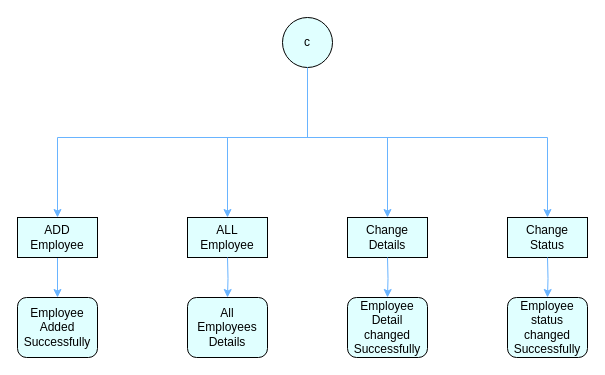
Earlier version of the draw.io diagram page "Page-3" (3 of 5) of src/docs/diagram/flowchart.drawio (kishore-sunchu/PRMS). Source tidied: cells renumbered, new cells numbered last; positions are measured from the earlier drawing's top-left corner, leaving out a move shared by most shapes. Both pictures are drawn from the tidied source at 100%, with x=0, y=0 at pixel (17, 17).
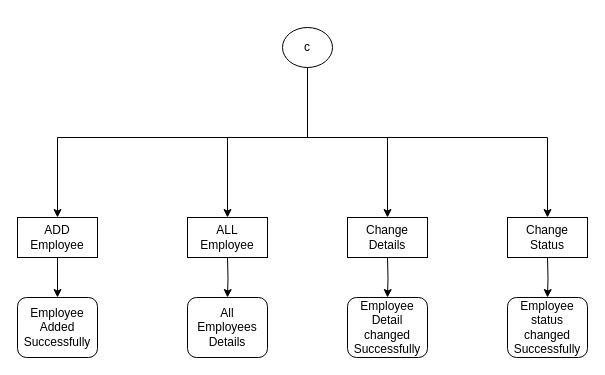
Above is the later version.

What changed in the source:
```diff
@@
-    <mxCell id="2" value="c" style="ellipse;whiteSpace=wrap;html=1;fillColor=#e0ffff;" parent="1" vertex="1">
-      <mxGeometry x="265" width="50" height="50" as="geometry" />
+    <mxCell id="2" value="c" style="ellipse;whiteSpace=wrap;html=1;" parent="1" vertex="1">
+      <mxGeometry x="265" y="10" width="50" height="40" as="geometry" />
     </mxCell>
-    <mxCell id="3" style="endArrow=none;html=1;rounded=0;exitX=0.5;exitY=1;exitDx=0;exitDy=0;strokeColor=#69b4ff;" parent="1" edge="1">
+    <mxCell id="3" style="endArrow=none;html=1;rounded=0;exitX=0.5;exitY=1;exitDx=0;exitDy=0;" parent="1" edge="1">
       <mxGeometry relative="1" as="geometry">
         <mxPoint x="290" y="50" as="sourcePoint" />
         <mxPoint x="290" y="120" as="targetPoint" />
       </mxGeometry>
     </mxCell>
-    <mxCell id="4" style="endArrow=none;html=1;rounded=0;strokeColor=#69b4ff;" parent="1" edge="1">
+    <mxCell id="4" style="endArrow=none;html=1;rounded=0;" parent="1" edge="1">
       <mxGeometry relative="1" as="geometry">
         <mxPoint x="40" y="120" as="sourcePoint" />
         <mxPoint x="530" y="120" as="targetPoint" />
       </mxGeometry>
     </mxCell>
-    <mxCell id="5" style="endArrow=classic;html=1;rounded=0;strokeColor=#69b4ff;" parent="1" edge="1">
+    <mxCell id="5" style="endArrow=classic;html=1;rounded=0;" parent="1" edge="1">
       <mxGeometry relative="1" as="geometry">
         <mxPoint x="40" y="120" as="sourcePoint" />
         <mxPoint x="40" y="200" as="targetPoint" />
       </mxGeometry>
     </mxCell>
-    <mxCell id="6" style="endArrow=classic;html=1;rounded=0;strokeColor=#69b4ff;" parent="1" edge="1">
+    <mxCell id="6" style="endArrow=classic;html=1;rounded=0;" parent="1" edge="1">
       <mxGeometry relative="1" as="geometry">
         <mxPoint x="530" y="120" as="sourcePoint" />
         <mxPoint x="530" y="200" as="targetPoint" />
       </mxGeometry>
     </mxCell>
-    <mxCell id="7" style="endArrow=classic;html=1;rounded=0;strokeColor=#69b4ff;" parent="1" edge="1">
+    <mxCell id="7" style="endArrow=classic;html=1;rounded=0;" parent="1" edge="1">
       <mxGeometry relative="1" as="geometry">
         <mxPoint x="210" y="120" as="sourcePoint" />
         <mxPoint x="210" y="200" as="targetPoint" />
       </mxGeometry>
     </mxCell>
-    <mxCell id="8" style="endArrow=classic;html=1;rounded=0;strokeColor=#69b4ff;" parent="1" edge="1">
+    <mxCell id="8" style="endArrow=classic;html=1;rounded=0;" parent="1" edge="1">
       <mxGeometry relative="1" as="geometry">
         <mxPoint x="370" y="120" as="sourcePoint" />
         <mxPoint x="370" y="200" as="targetPoint" />
       </mxGeometry>
     </mxCell>
-    <mxCell id="9" style="edgeStyle=orthogonalEdgeStyle;rounded=0;jettySize=auto;html=1;exitX=0.5;exitY=1;exitDx=0;exitDy=0;entryX=0.5;entryY=0;entryDx=0;entryDy=0;strokeColor=#69b4ff;" parent="1" edge="1" source="10" target="14">
+    <mxCell id="9" style="edgeStyle=orthogonalEdgeStyle;rounded=0;jettySize=auto;html=1;exitX=0.5;exitY=1;exitDx=0;exitDy=0;entryX=0.5;entryY=0;entryDx=0;entryDy=0;" parent="1" edge="1" source="10" target="14">
       <mxGeometry relative="1" as="geometry" />
     </mxCell>
-    <mxCell id="10" value="ADD&lt;br&gt;Employee" style="whiteSpace=wrap;html=1;fillColor=#e0ffff;" parent="1" vertex="1">
+    <mxCell id="10" value="ADD&lt;br&gt;Employee" style="whiteSpace=wrap;html=1;" parent="1" vertex="1">
       <mxGeometry y="200" width="80" height="40" as="geometry" />
     </mxCell>
-    <mxCell id="11" value="ALL&lt;br&gt;Employee" style="whiteSpace=wrap;html=1;fillColor=#e0ffff;" parent="1" vertex="1">
+    <mxCell id="11" value="ALL&lt;br&gt;Employee" style="whiteSpace=wrap;html=1;" parent="1" vertex="1">
       <mxGeometry x="170" y="200" width="80" height="40" as="geometry" />
     </mxCell>
-    <mxCell id="12" value="Change&lt;br&gt;Details" style="whiteSpace=wrap;html=1;fillColor=#e0ffff;" parent="1" vertex="1">
+    <mxCell id="12" value="Change&lt;br&gt;Details" style="whiteSpace=wrap;html=1;" parent="1" vertex="1">
       <mxGeometry x="330" y="200" width="80" height="40" as="geometry" />
     </mxCell>
-    <mxCell id="13" value="Change&lt;br&gt;Status" style="whiteSpace=wrap;html=1;fillColor=#e0ffff;" parent="1" vertex="1">
+    <mxCell id="13" value="Change&lt;br&gt;Status" style="whiteSpace=wrap;html=1;" parent="1" vertex="1">
       <mxGeometry x="490" y="200" width="80" height="40" as="geometry" />
     </mxCell>
-    <mxCell id="14" value="Employee&lt;br&gt;Added&lt;br&gt;Successfully" style="rounded=1;whiteSpace=wrap;html=1;fillColor=#e0ffff;" parent="1" vertex="1">
+    <mxCell id="14" value="Employee&lt;br&gt;Added&lt;br&gt;Successfully" style="rounded=1;whiteSpace=wrap;html=1;" parent="1" vertex="1">
       <mxGeometry y="280" width="80" height="60" as="geometry" />
     </mxCell>
-    <mxCell id="15" style="edgeStyle=orthogonalEdgeStyle;rounded=0;jettySize=auto;html=1;exitX=0.5;exitY=1;exitDx=0;exitDy=0;entryX=0.5;entryY=0;entryDx=0;entryDy=0;strokeColor=#69b4ff;" parent="1" edge="1" target="16">
+    <mxCell id="15" style="edgeStyle=orthogonalEdgeStyle;rounded=0;jettySize=auto;html=1;exitX=0.5;exitY=1;exitDx=0;exitDy=0;entryX=0.5;entryY=0;entryDx=0;entryDy=0;" parent="1" edge="1" target="16">
       <mxGeometry relative="1" as="geometry">
         <mxPoint x="210" y="240" as="sourcePoint" />
       </mxGeometry>
     </mxCell>
-    <mxCell id="16" value="All&lt;br&gt;Employees&lt;br&gt;Details" style="rounded=1;whiteSpace=wrap;html=1;fillColor=#e0ffff;" parent="1" vertex="1">
+    <mxCell id="16" value="All&lt;br&gt;Employees&lt;br&gt;Details" style="rounded=1;whiteSpace=wrap;html=1;" parent="1" vertex="1">
       <mxGeometry x="170" y="280" width="80" height="60" as="geometry" />
     </mxCell>
-    <mxCell id="17" style="edgeStyle=orthogonalEdgeStyle;rounded=0;jettySize=auto;html=1;exitX=0.5;exitY=1;exitDx=0;exitDy=0;entryX=0.5;entryY=0;entryDx=0;entryDy=0;strokeColor=#69b4ff;" parent="1" edge="1" target="18">
+    <mxCell id="17" style="edgeStyle=orthogonalEdgeStyle;rounded=0;jettySize=auto;html=1;exitX=0.5;exitY=1;exitDx=0;exitDy=0;entryX=0.5;entryY=0;entryDx=0;entryDy=0;" parent="1" edge="1" target="18">
       <mxGeometry relative="1" as="geometry">
         <mxPoint x="370" y="240" as="sourcePoint" />
       </mxGeometry>
     </mxCell>
-    <mxCell id="18" value="Employee&lt;br&gt;Detail changed&lt;br&gt;Successfully" style="rounded=1;whiteSpace=wrap;html=1;fillColor=#e0ffff;" parent="1" vertex="1">
+    <mxCell id="18" value="Employee&lt;br&gt;Detail changed&lt;br&gt;Successfully" style="rounded=1;whiteSpace=wrap;html=1;" parent="1" vertex="1">
       <mxGeometry x="330" y="280" width="80" height="60" as="geometry" />
     </mxCell>
-    <mxCell id="19" style="edgeStyle=orthogonalEdgeStyle;rounded=0;jettySize=auto;html=1;exitX=0.5;exitY=1;exitDx=0;exitDy=0;entryX=0.5;entryY=0;entryDx=0;entryDy=0;strokeColor=#69b4ff;" parent="1" edge="1" target="20">
+    <mxCell id="19" style="edgeStyle=orthogonalEdgeStyle;rounded=0;jettySize=auto;html=1;exitX=0.5;exitY=1;exitDx=0;exitDy=0;entryX=0.5;entryY=0;entryDx=0;entryDy=0;" parent="1" edge="1" target="20">
       <mxGeometry relative="1" as="geometry">
         <mxPoint x="530" y="240" as="sourcePoint" />
       </mxGeometry>
     </mxCell>
-    <mxCell id="20" value="Employee&lt;br style=&quot;border-color: var(--border-color);&quot;&gt;status&lt;br&gt;changed&lt;br style=&quot;border-color: var(--border-color);&quot;&gt;Successfully" style="rounded=1;whiteSpace=wrap;html=1;fillColor=#e0ffff;" parent="1" vertex="1">
+    <mxCell id="20" value="Employee&lt;br style=&quot;border-color: var(--border-color);&quot;&gt;status&lt;br&gt;changed&lt;br style=&quot;border-color: var(--border-color);&quot;&gt;Successfully" style="rounded=1;whiteSpace=wrap;html=1;" parent="1" vertex="1">
       <mxGeometry x="490" y="280" width="80" height="60" as="geometry" />
     </mxCell>
```
